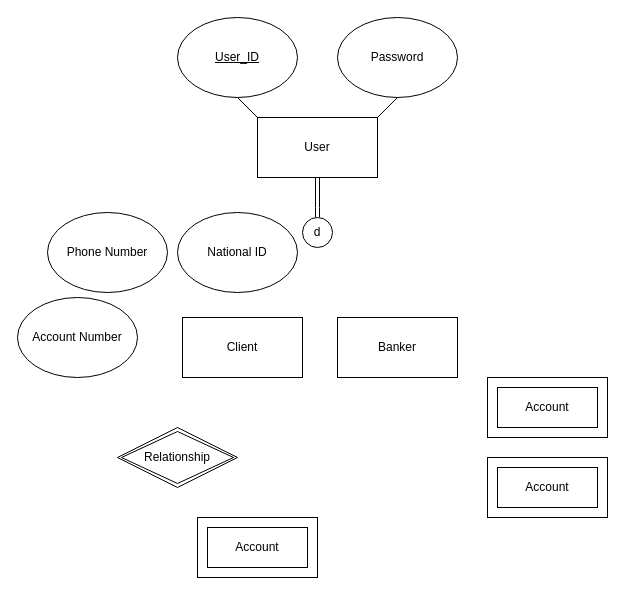
Before: Untitled Diagram.drawio in software-engineering-2023/Holms, a draw.io diagram. Source tidied: cells renumbered, new cells numbered last; positions are measured from the earlier drawing's top-left corner, leaving out a move shared by most shapes. Both pictures are drawn from the tidied source at 100%, with x=0, y=0 at pixel (17, 17).
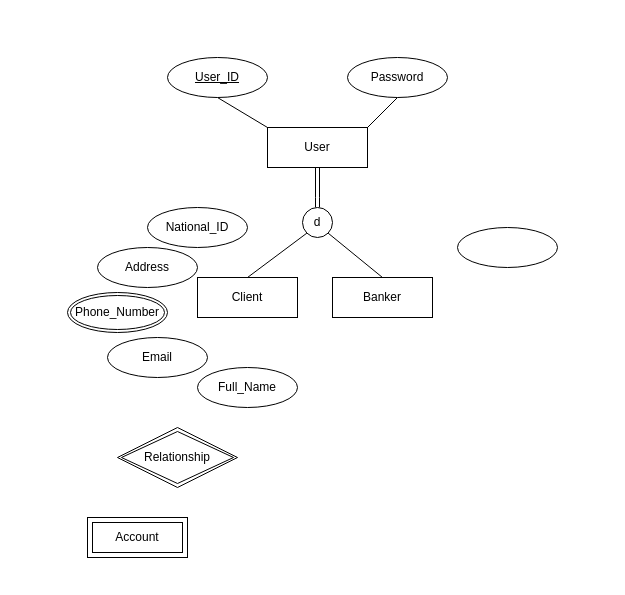
Above is the later version.

Commit message:
hey peeps

Diff of the diagram source:
```diff
@@
+    <mxCell id="5" style="shape=link;html=1;rounded=0;width=-4;exitX=0.5;exitY=1;exitDx=0;exitDy=0;" parent="1" edge="1">
+      <mxGeometry relative="1" as="geometry">
+        <mxPoint x="300" y="150" as="sourcePoint" />
+        <mxPoint x="300" y="190" as="targetPoint" />
+        <Array as="points">
+          <mxPoint x="300" y="180" />
+        </Array>
+      </mxGeometry>
+    </mxCell>
+    <mxCell id="6" value="d" style="ellipse;whiteSpace=wrap;html=1;" parent="1" vertex="1">
+      <mxGeometry x="285" y="190" width="30" height="30" as="geometry" />
+    </mxCell>
+    <mxCell id="8" style="endArrow=none;html=1;rounded=0;exitX=1;exitY=0;exitDx=0;exitDy=0;" parent="1" edge="1" source="2">
+      <mxGeometry relative="1" as="geometry">
+        <mxPoint x="380" y="80" as="targetPoint" />
+      </mxGeometry>
+    </mxCell>
+    <mxCell id="12" value="Relationship" style="shape=rhombus;double=1;perimeter=rhombusPerimeter;whiteSpace=wrap;html=1;align=center;" parent="1" vertex="1">
+      <mxGeometry x="100" y="410" width="120" height="60" as="geometry" />
+    </mxCell>
+    <mxCell id="21" value="National_ID" style="ellipse;whiteSpace=wrap;html=1;align=center;" parent="1" vertex="1">
+      <mxGeometry x="130" y="190" width="100" height="40" as="geometry" />
+    </mxCell>
-    <mxCell id="2" value="User" style="rounded=0;whiteSpace=wrap;html=1;" parent="1" vertex="1">
-      <mxGeometry x="240" y="100" width="120" height="60" as="geometry" />
+    <mxCell id="2" value="User" style="whiteSpace=wrap;html=1;align=center;" parent="1" vertex="1">
+      <mxGeometry x="250" y="110" width="100" height="40" as="geometry" />
     </mxCell>
+    <mxCell id="7" style="endArrow=none;html=1;rounded=0;entryX=0.5;entryY=1;entryDx=0;entryDy=0;exitX=0;exitY=0;exitDx=0;exitDy=0;" parent="1" edge="1" source="2" target="3">
+      <mxGeometry relative="1" as="geometry" />
+    </mxCell>
-    <mxCell id="3" value="&lt;u&gt;User_ID&lt;/u&gt;" style="ellipse;whiteSpace=wrap;html=1;" parent="1" vertex="1">
-      <mxGeometry x="160" width="120" height="80" as="geometry" />
+    <mxCell id="3" value="&lt;u&gt;User_ID&lt;/u&gt;" style="ellipse;whiteSpace=wrap;html=1;align=center;" parent="1" vertex="1">
+      <mxGeometry x="150" y="40" width="100" height="40" as="geometry" />
     </mxCell>
-    <mxCell id="4" value="Password" style="ellipse;whiteSpace=wrap;html=1;" parent="1" vertex="1">
-      <mxGeometry x="320" width="120" height="80" as="geometry" />
+    <mxCell id="4" value="Password" style="ellipse;whiteSpace=wrap;html=1;align=center;" parent="1" vertex="1">
+      <mxGeometry x="330" y="40" width="100" height="40" as="geometry" />
     </mxCell>
-    <mxCell id="5" style="shape=link;html=1;rounded=0;width=-4;exitX=0.5;exitY=1;exitDx=0;exitDy=0;" parent="1" edge="1" source="2">
-      <mxGeometry relative="1" as="geometry">
-        <mxPoint x="300" y="200" as="targetPoint" />
-        <Array as="points">
-          <mxPoint x="300" y="190" />
-        </Array>
-      </mxGeometry>
-    </mxCell>
-    <mxCell id="6" value="d" style="ellipse;whiteSpace=wrap;html=1;" parent="1" vertex="1">
-      <mxGeometry x="285" y="200" width="30" height="30" as="geometry" />
-    </mxCell>
-    <mxCell id="7" style="endArrow=none;html=1;rounded=0;entryX=0.5;entryY=1;entryDx=0;entryDy=0;exitX=0;exitY=0;exitDx=0;exitDy=0;" parent="1" edge="1" source="2" target="3">
-      <mxGeometry relative="1" as="geometry" />
-    </mxCell>
-    <mxCell id="8" style="endArrow=none;html=1;rounded=0;" parent="1" edge="1">
-      <mxGeometry relative="1" as="geometry">
-        <mxPoint x="360" y="100" as="sourcePoint" />
-        <mxPoint x="380" y="80" as="targetPoint" />
-      </mxGeometry>
-    </mxCell>
-    <mxCell id="9" value="National ID" style="ellipse;whiteSpace=wrap;html=1;" parent="1" vertex="1">
-      <mxGeometry x="160" y="195" width="120" height="80" as="geometry" />
-    </mxCell>
-    <mxCell id="10" value="Phone Number" style="ellipse;whiteSpace=wrap;html=1;" parent="1" vertex="1">
-      <mxGeometry x="30" y="195" width="120" height="80" as="geometry" />
-    </mxCell>
-    <mxCell id="11" value="Account Number" style="ellipse;whiteSpace=wrap;html=1;" parent="1" vertex="1">
-      <mxGeometry y="280" width="120" height="80" as="geometry" />
-    </mxCell>
-    <mxCell id="12" value="Relationship" style="shape=rhombus;double=1;perimeter=rhombusPerimeter;whiteSpace=wrap;html=1;align=center;" parent="1" vertex="1">
-      <mxGeometry x="100" y="410" width="120" height="60" as="geometry" />
-    </mxCell>
+    <mxCell id="22" value="Address" style="ellipse;whiteSpace=wrap;html=1;align=center;" parent="1" vertex="1">
+      <mxGeometry x="80" y="230" width="100" height="40" as="geometry" />
+    </mxCell>
-    <mxCell id="13" value="Client" style="rounded=0;whiteSpace=wrap;html=1;" parent="1" vertex="1">
-      <mxGeometry x="165" y="300" width="120" height="60" as="geometry" />
+    <mxCell id="13" value="Client" style="whiteSpace=wrap;html=1;align=center;" parent="1" vertex="1">
+      <mxGeometry x="180" y="260" width="100" height="40" as="geometry" />
     </mxCell>
-    <mxCell id="14" value="Banker" style="rounded=0;whiteSpace=wrap;html=1;" parent="1" vertex="1">
-      <mxGeometry x="320" y="300" width="120" height="60" as="geometry" />
+    <mxCell id="14" value="Banker" style="whiteSpace=wrap;html=1;align=center;" parent="1" vertex="1">
+      <mxGeometry x="315" y="260" width="100" height="40" as="geometry" />
     </mxCell>
-    <mxCell id="15" style="rounded=0;whiteSpace=wrap;html=1;" parent="1" vertex="1">
-      <mxGeometry x="180" y="500" width="120" height="60" as="geometry" />
-    </mxCell>
-    <mxCell id="16" value="Account" style="rounded=0;whiteSpace=wrap;html=1;" parent="1" vertex="1">
-      <mxGeometry x="190" y="510" width="100" height="40" as="geometry" />
-    </mxCell>
-    <mxCell id="17" style="rounded=0;whiteSpace=wrap;html=1;" parent="1" vertex="1">
-      <mxGeometry x="470" y="360" width="120" height="60" as="geometry" />
-    </mxCell>
-    <mxCell id="18" value="Account" style="rounded=0;whiteSpace=wrap;html=1;" parent="1" vertex="1">
-      <mxGeometry x="480" y="370" width="100" height="40" as="geometry" />
-    </mxCell>
-    <mxCell id="19" style="rounded=0;whiteSpace=wrap;html=1;" parent="1" vertex="1">
-      <mxGeometry x="470" y="440" width="120" height="60" as="geometry" />
-    </mxCell>
-    <mxCell id="20" value="Account" style="rounded=0;whiteSpace=wrap;html=1;" parent="1" vertex="1">
-      <mxGeometry x="480" y="450" width="100" height="40" as="geometry" />
-    </mxCell>
+    <mxCell id="23" value="Full_Name" style="ellipse;whiteSpace=wrap;html=1;align=center;" parent="1" vertex="1">
+      <mxGeometry x="180" y="350" width="100" height="40" as="geometry" />
+    </mxCell>
+    <mxCell id="24" value="Email" style="ellipse;whiteSpace=wrap;html=1;align=center;" parent="1" vertex="1">
+      <mxGeometry x="90" y="320" width="100" height="40" as="geometry" />
+    </mxCell>
+    <mxCell id="25" style="ellipse;whiteSpace=wrap;html=1;align=center;" parent="1" vertex="1">
+      <mxGeometry x="440" y="210" width="100" height="40" as="geometry" />
+    </mxCell>
+    <mxCell id="26" value="Phone_Number" style="ellipse;shape=doubleEllipse;margin=3;whiteSpace=wrap;html=1;align=center;" parent="1" vertex="1">
+      <mxGeometry x="50" y="275" width="100" height="40" as="geometry" />
+    </mxCell>
+    <mxCell id="27" style="endArrow=none;html=1;rounded=0;entryX=0;entryY=1;entryDx=0;entryDy=0;exitX=0.5;exitY=0;exitDx=0;exitDy=0;" parent="1" edge="1" source="13" target="6">
+      <mxGeometry relative="1" as="geometry" />
+    </mxCell>
+    <mxCell id="28" style="endArrow=none;html=1;rounded=0;entryX=1;entryY=1;entryDx=0;entryDy=0;exitX=0.5;exitY=0;exitDx=0;exitDy=0;" parent="1" edge="1" source="14" target="6">
+      <mxGeometry relative="1" as="geometry" />
+    </mxCell>
+    <mxCell id="29" value="Account" style="shape=ext;margin=3;double=1;whiteSpace=wrap;html=1;align=center;" parent="1" vertex="1">
+      <mxGeometry x="70" y="500" width="100" height="40" as="geometry" />
+    </mxCell>
```
